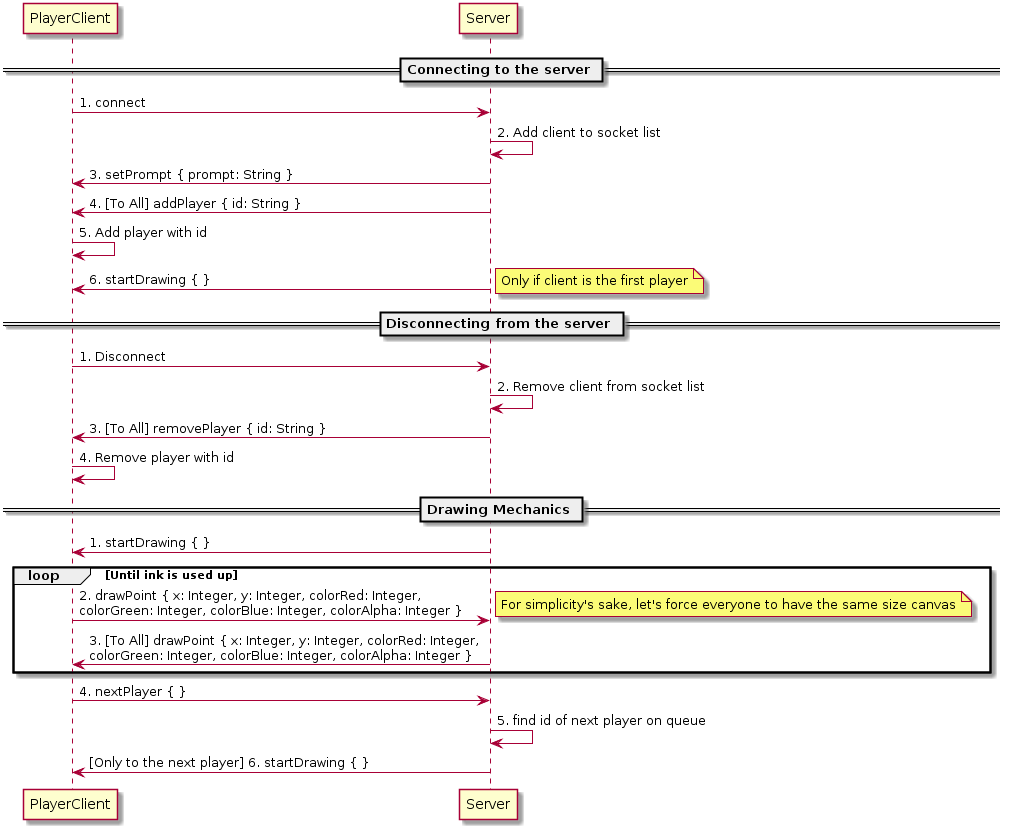
Above: mechanics-diagran.png in tirtawr/collective-playingaround (PlantUML), before the change.
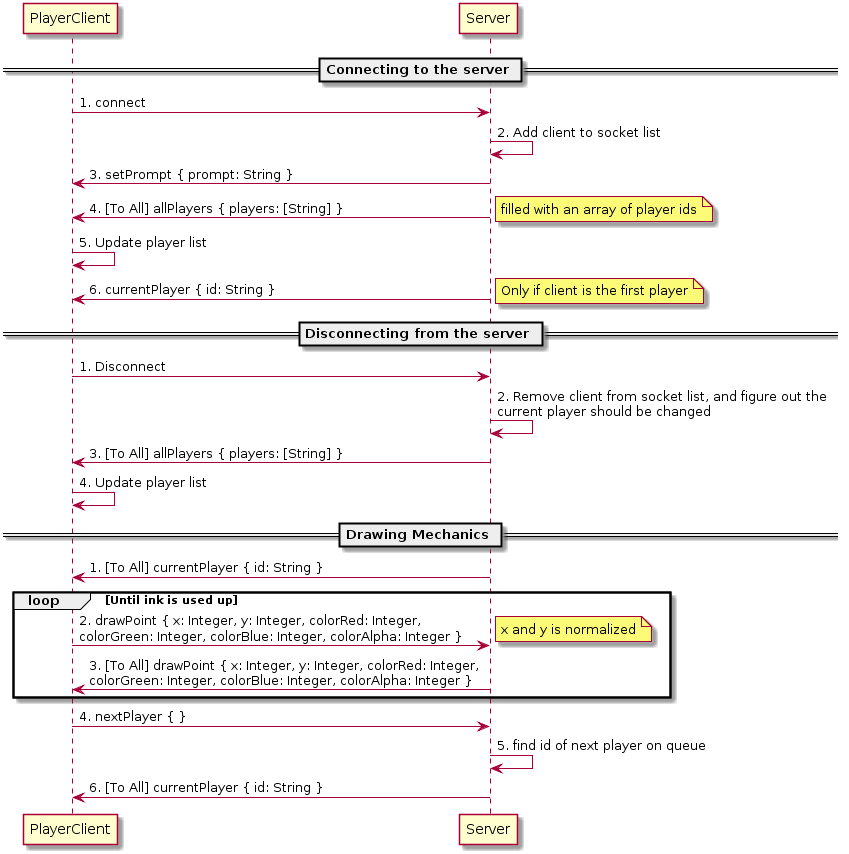
After the change.

Change to the diagram source:
```diff
@@ -3,29 +3,30 @@
 PlayerClient -> Server: 1. connect
 Server -> Server: 2. Add client to socket list
 Server -> PlayerClient: 3. setPrompt { prompt: String }
-Server -> PlayerClient: 4. [To All] addPlayer { id: String }
-PlayerClient -> PlayerClient: 5. Add player with id
-Server -> PlayerClient: 6. startDrawing { }
+Server -> PlayerClient: 4. [To All] allPlayers { players: [String] }
+note right: filled with an array of player ids
+PlayerClient -> PlayerClient: 5. Update player list
+Server -> PlayerClient: 6. currentPlayer { id: String }
 note right: Only if client is the first player
 
 == Disconnecting from the server ==
 
 PlayerClient -> Server: 1. Disconnect
-Server -> Server: 2. Remove client from socket list
-Server -> PlayerClient: 3. [To All] removePlayer { id: String }
-PlayerClient -> PlayerClient: 4. Remove player with id
+Server -> Server: 2. Remove client from socket list, and figure out the \ncurrent player should be changed
+Server -> PlayerClient: 3. [To All] allPlayers { players: [String] }
+PlayerClient -> PlayerClient: 4. Update player list
 
 == Drawing Mechanics ==
 
-Server -> PlayerClient: 1. startDrawing { }
+Server -> PlayerClient: 1. [To All] currentPlayer { id: String }
 
 loop Until ink is used up
     PlayerClient -> Server: 2. drawPoint { x: Integer, y: Integer, colorRed: Integer, \ncolorGreen: Integer, colorBlue: Integer, colorAlpha: Integer }
-    note right: For simplicity's sake, let's force everyone to have the same size canvas
+    note right: x and y is normalized
     Server -> PlayerClient: 3. [To All] drawPoint { x: Integer, y: Integer, colorRed: Integer, \ncolorGreen: Integer, colorBlue: Integer, colorAlpha: Integer }
 end
 
 PlayerClient -> Server: 4. nextPlayer { }
 Server -> Server: 5. find id of next player on queue
-Server -> PlayerClient: [Only to the next player] 6. startDrawing { }
+Server -> PlayerClient: 6. [To All] currentPlayer { id: String }
 @enduml
```
